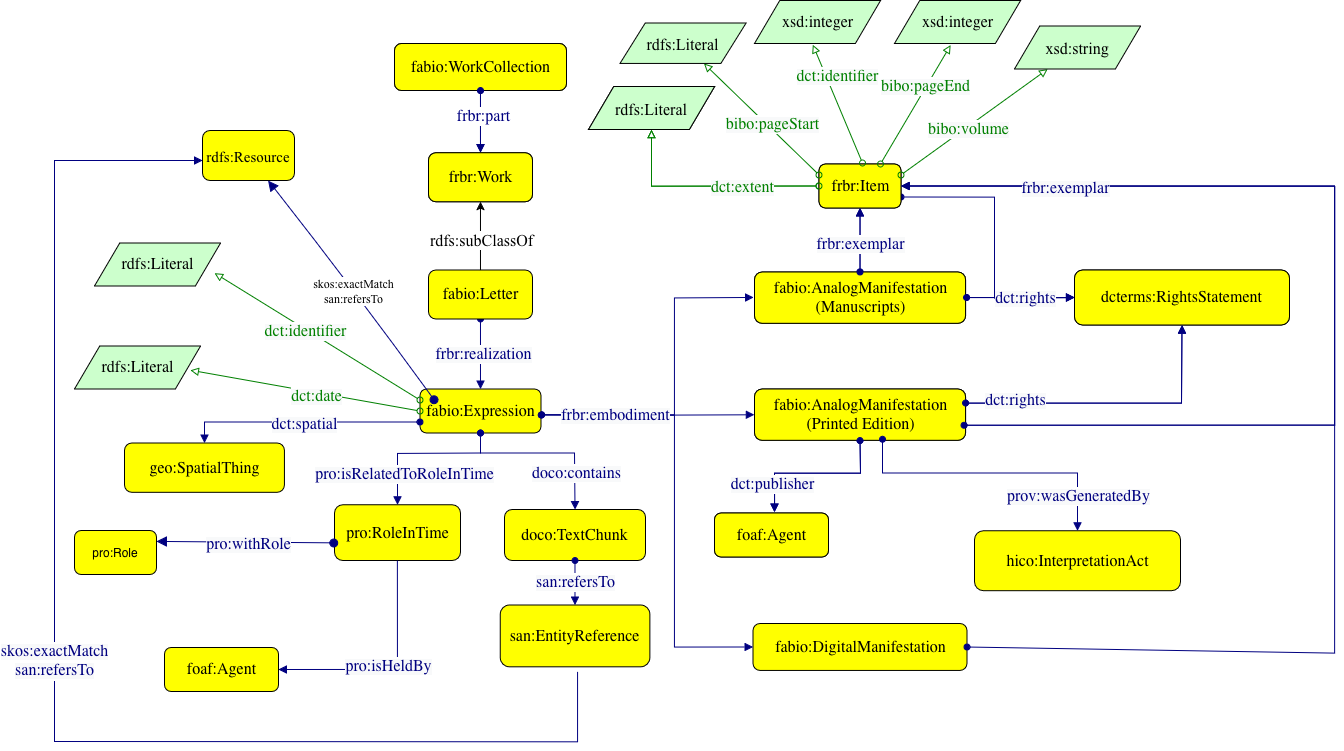
This is data_models/letterModel.png from CarlaMenegat/VarelaDigital, a draw.io export, as it was before one commit. Source tidied: cells renumbered, new cells last; positions are measured from the earlier drawing's top-left corner, leaving out a move shared by most shapes.
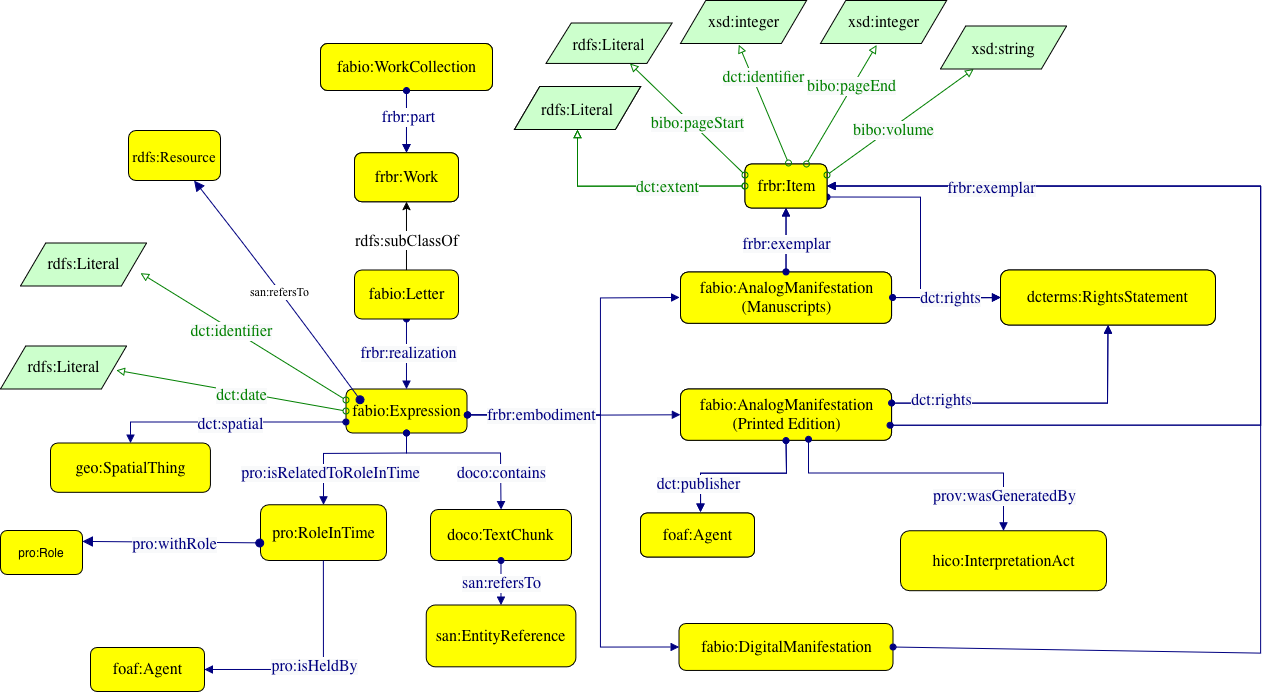
After the commit.

Diff of the diagram source:
```diff
@@ -483,25 +483,9 @@
         </Array>
       </mxGeometry>
     </mxCell>
-    <mxCell id="120" value="&lt;font face=&quot;Times New Roman&quot;&gt;skos:exactMatch&lt;br&gt;&lt;/font&gt;&lt;div&gt;&lt;font face=&quot;Times New Roman&quot;&gt;san:refersTo&lt;/font&gt;&lt;/div&gt;" style="text;html=1;align=center;verticalAlign=middle;labelBackgroundColor=#ffffff;" parent="119" vertex="1">
+    <mxCell id="120" value="&lt;div&gt;&lt;font face=&quot;Times New Roman&quot;&gt;san:refersTo&lt;/font&gt;&lt;/div&gt;" style="text;html=1;align=center;verticalAlign=middle;labelBackgroundColor=#ffffff;" parent="119" vertex="1">
       <mxGeometry x="-0.02" y="2" relative="1" as="geometry" />
     </mxCell>
-    <mxCell id="121" style="graphMlID=e0;rounded=0;endArrow=none;strokeColor=#000080;strokeWidth=1.0;startArrow=block;startFill=1;endFill=0;entryX=0.5;entryY=1;entryDx=0;entryDy=0;exitX=0;exitY=0.5;exitDx=0;exitDy=0;" parent="1" edge="1">
-      <mxGeometry relative="1" as="geometry">
-        <mxPoint x="148" y="160" as="sourcePoint" />
-        <mxPoint x="523" y="671.3" as="targetPoint" />
-        <Array as="points">
-          <mxPoint y="160" />
-          <mxPoint y="741" />
-          <mxPoint x="523" y="741.3" />
-        </Array>
-      </mxGeometry>
-    </mxCell>
-    <mxCell id="122" value="&lt;div&gt;&lt;span style=&quot;color: rgb(0, 0, 128); font-family: dialog; font-size: 16px; background-color: rgb(248, 249, 250);&quot;&gt;skos:exactMatch&lt;/span&gt;&lt;/div&gt;&lt;div&gt;&lt;span style=&quot;color: rgb(0, 0, 128); font-family: dialog; font-size: 16px; background-color: rgb(248, 249, 250);&quot;&gt;san:refersTo&lt;/span&gt;&lt;/div&gt;" style="text;html=1;align=center;verticalAlign=middle;labelBackgroundColor=#ffffff;" parent="121" vertex="1">
-      <mxGeometry x="-0.02" y="2" relative="1" as="geometry">
-        <mxPoint x="-3" y="-2" as="offset" />
-      </mxGeometry>
-    </mxCell>
     <mxCell id="123" value="pro:Role" style="graphMlID=n4;shape=rect;rounded=1;arcsize=30;fillColor=#ffff00;strokeColor=#000000;strokeWidth=1.0;" parent="1" vertex="1">
       <mxGeometry x="20" y="530" width="82" height="44" as="geometry" />
     </mxCell>
```
